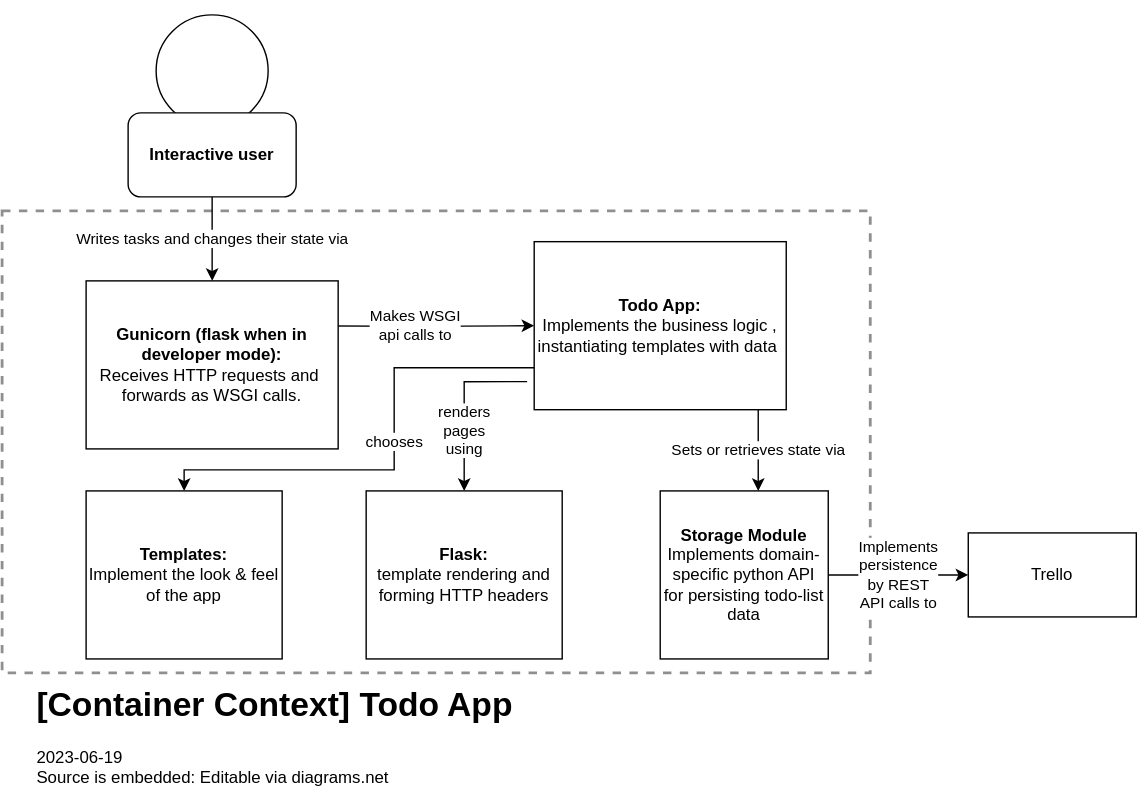
sweavo/devops-course-starter keeps this draw.io diagram as architecture/c4-1.svg. Above is the earlier version. Source tidied: cells renumbered, new cells last; positions are measured from the earlier drawing's top-left corner, leaving out a move shared by most shapes.
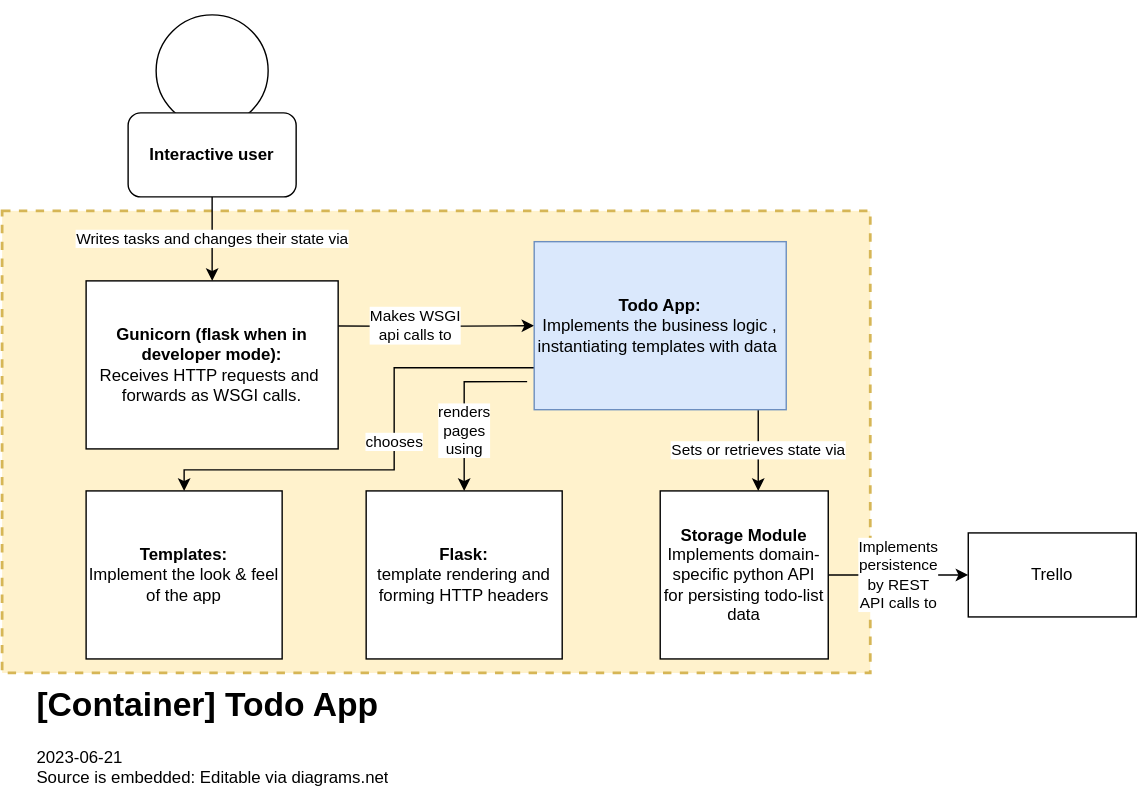
After the commit.

The edit, as a diff of the source:
```diff
@@ -2,10 +2,10 @@
   <root>
     <mxCell id="0" />
     <mxCell id="1" parent="0" />
-    <mxCell id="2" style="rounded=0;whiteSpace=wrap;html=1;fillColor=none;dashed=1;strokeWidth=2;strokeColor=#8F8F8F;" parent="1" vertex="1">
+    <mxCell id="2" style="rounded=0;whiteSpace=wrap;html=1;fillColor=#fff2cc;dashed=1;strokeWidth=2;strokeColor=#d6b656;" parent="1" vertex="1">
       <mxGeometry y="150" width="620" height="330" as="geometry" />
     </mxCell>
-    <mxCell id="3" value="&lt;h1&gt;[Container Context] Todo App&lt;/h1&gt;&lt;div&gt;2023-06-19&lt;/div&gt;&lt;div&gt;Source is embedded: Editable via diagrams.net&lt;/div&gt;" style="text;html=1;strokeColor=none;fillColor=none;spacing=5;spacingTop=-20;whiteSpace=wrap;overflow=hidden;rounded=0;" parent="1" vertex="1">
+    <mxCell id="3" value="&lt;h1&gt;[Container] Todo App&lt;/h1&gt;&lt;div&gt;2023-06-21&lt;/div&gt;&lt;div&gt;Source is embedded: Editable via diagrams.net&lt;/div&gt;" style="text;html=1;strokeColor=none;fillColor=none;spacing=5;spacingTop=-20;whiteSpace=wrap;overflow=hidden;rounded=0;" parent="1" vertex="1">
       <mxGeometry x="20" y="483" width="410" height="90" as="geometry" />
     </mxCell>
     <mxCell id="4" value="Writes tasks and changes their state via" style="edgeStyle=orthogonalEdgeStyle;rounded=0;jettySize=auto;html=1;" parent="1" edge="1" source="8">
@@ -54,7 +54,7 @@
         </Array>
       </mxGeometry>
     </mxCell>
-    <mxCell id="13" value="&lt;b&gt;Todo App: &lt;/b&gt;&lt;br&gt;Implements the business logic , instantiating templates with data&amp;nbsp;" style="rounded=0;whiteSpace=wrap;html=1;" parent="1" vertex="1">
+    <mxCell id="13" value="&lt;b&gt;Todo App: &lt;/b&gt;&lt;br&gt;Implements the business logic , instantiating templates with data&amp;nbsp;" style="rounded=0;whiteSpace=wrap;html=1;fillColor=#dae8fc;strokeColor=#6c8ebf;" parent="1" vertex="1">
       <mxGeometry x="380" y="172" width="180" height="120" as="geometry" />
     </mxCell>
     <mxCell id="14" value="Implements &lt;br&gt;persistence &lt;br&gt;by REST &lt;br&gt;API calls to" style="edgeStyle=orthogonalEdgeStyle;rounded=0;jettySize=auto;html=1;" parent="1" edge="1" source="15" target="5">
```
